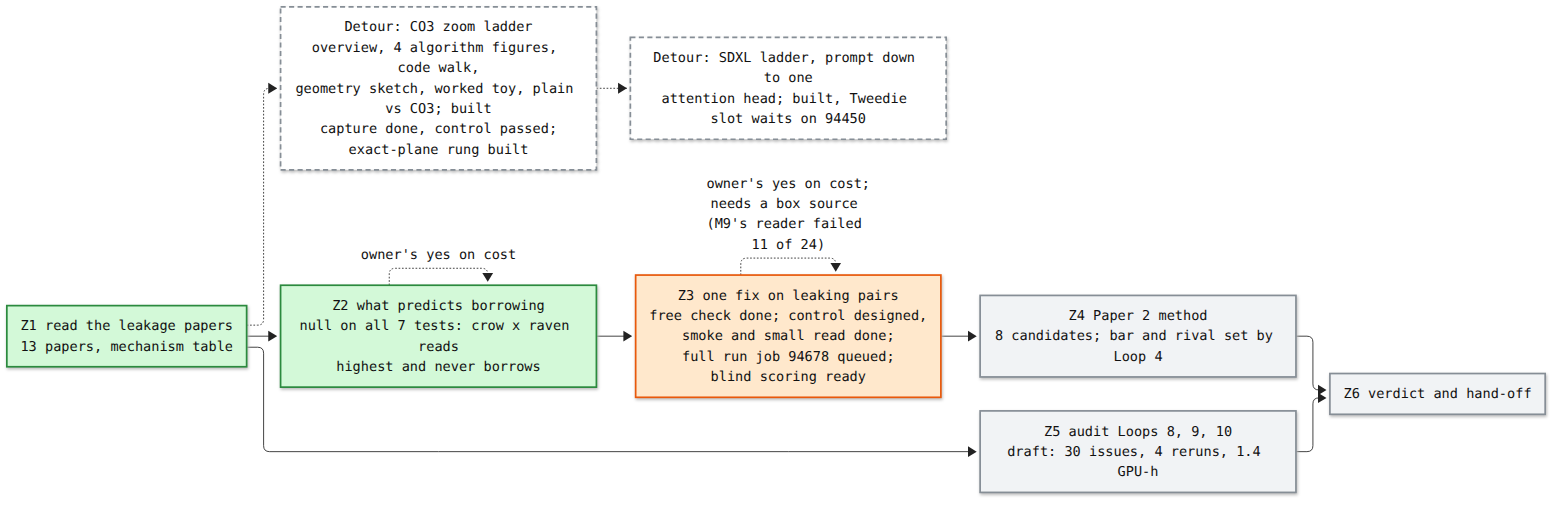
The Mermaid diagram artifacts/notes/progress/leakage/loop-12-progress.png in mo-rsa24/concept-composition, before a commit. Its source is kept beside it as artifacts/notes/progress/leakage/loop-12-progress.mmd.
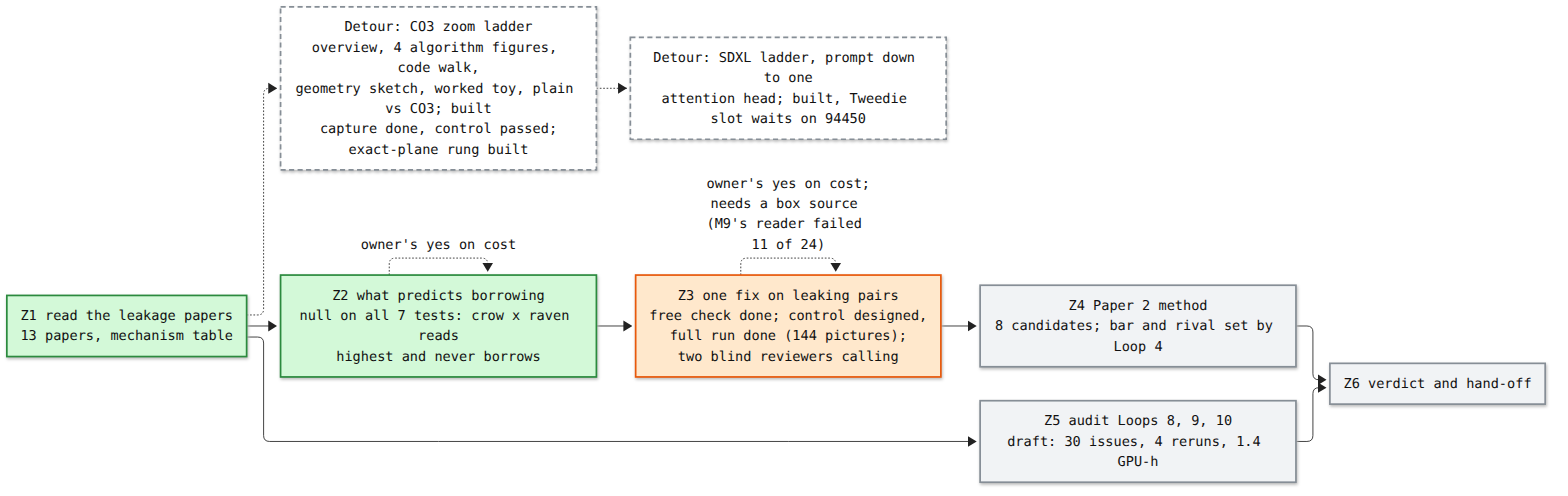
Later version of the same file.

Commit message:
Loop 12 map: Z3 full run done, blind calls running

Diff of the diagram source:
```diff
@@ -2,7 +2,7 @@
 flowchart LR
   Z1["Z1 read the leakage papers<br/>13 papers, mechanism table"]:::done
   Z2["Z2 what predicts borrowing<br/>null on all 7 tests: crow x raven reads<br/>highest and never borrows"]:::done
-  Z3["Z3 one fix on leaking pairs<br/>free check done; control designed,<br/>smoke and small read done;<br/>full run job 94678 queued;<br/>blind scoring ready"]:::doing
+  Z3["Z3 one fix on leaking pairs<br/>free check done; control designed,<br/>full run done (144 pictures);<br/>two blind reviewers calling"]:::doing
   Z4["Z4 Paper 2 method<br/>8 candidates; bar and rival set by Loop 4"]:::todo
   Z5["Z5 audit Loops 8, 9, 10<br/>draft: 30 issues, 4 reruns, 1.4 GPU-h"]:::todo
   Z6["Z6 verdict and hand-off"]:::todo
```
